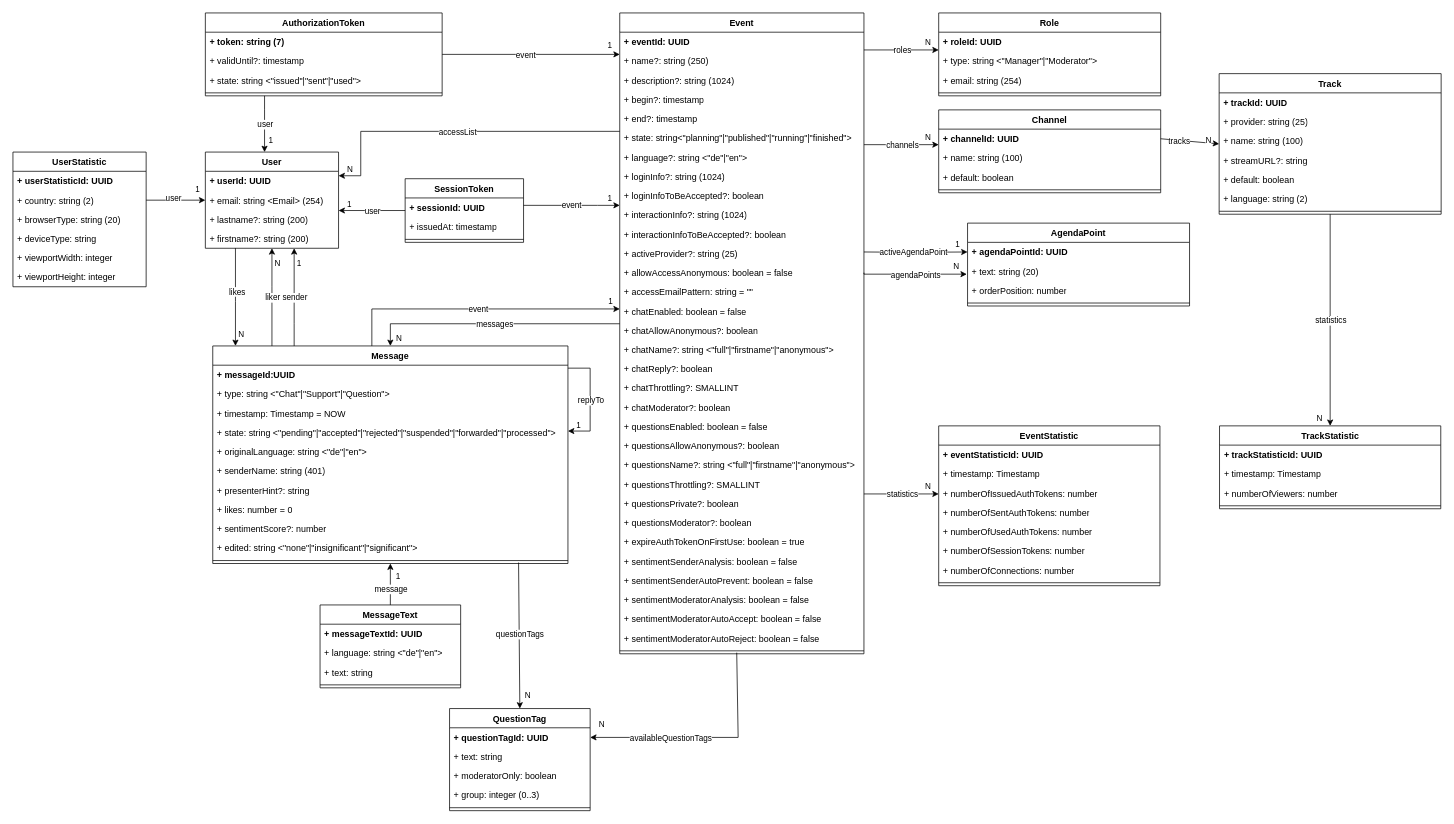
Above: page "Page-1" (1 of 2) of doc/2-specification-datamodel.drawio in rse/broadcast (draw.io), before the change. Source tidied: cells renumbered, new cells numbered last; positions are measured from the earlier drawing's top-left corner, leaving out a move shared by most shapes. Both pictures are drawn from the tidied source at 74%, with x=0, y=0 at pixel (13, 13).
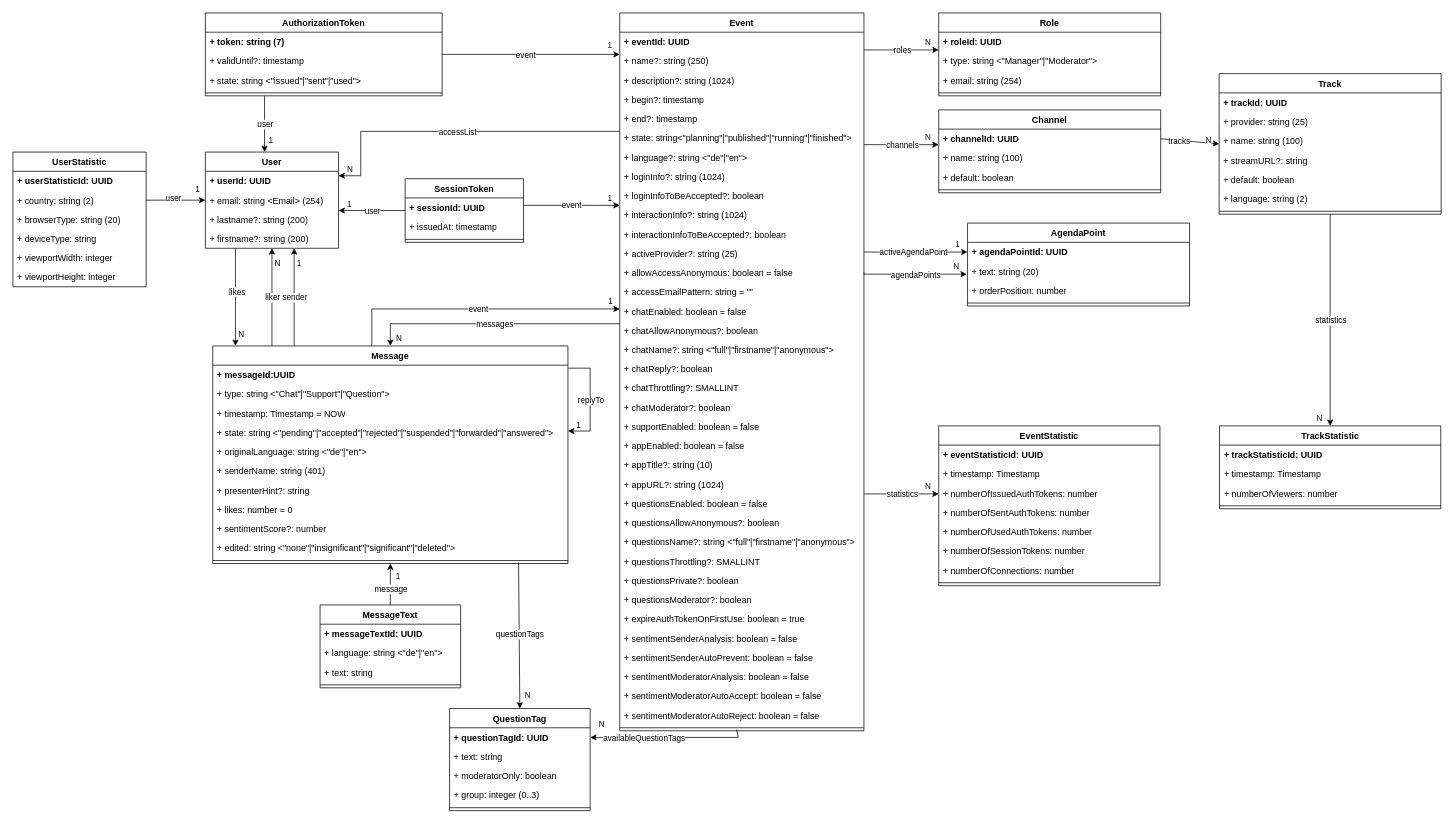
After the change.

The change refers to these unchanged cells:
```xml
<mxCell id="11" value="Message" style="swimlane;fontStyle=1;align=center;verticalAlign=top;horizontal=1;startSize=26;whiteSpace=wrap;html=1;" parent="1" vertex="1">
  <mxGeometry x="270" y="450" width="480" height="294" as="geometry" />
</mxCell>
```

What changed in the source:
```diff
@@
-    <mxCell id="15" value="+ state: string &amp;lt;&quot;pending&quot;|&quot;accepted&quot;|&quot;rejected&quot;|&quot;suspended&quot;|&quot;forwarded&quot;|&quot;processed&quot;&amp;gt;" style="text;strokeColor=none;fillColor=none;align=left;verticalAlign=top;spacingLeft=4;spacingRight=4;overflow=hidden;whiteSpace=wrap;html=1;" parent="11" vertex="1">
+    <mxCell id="15" value="+ state: string &amp;lt;&quot;pending&quot;|&quot;accepted&quot;|&quot;rejected&quot;|&quot;suspended&quot;|&quot;forwarded&quot;|&quot;answered&quot;&amp;gt;" style="text;strokeColor=none;fillColor=none;align=left;verticalAlign=top;spacingLeft=4;spacingRight=4;overflow=hidden;whiteSpace=wrap;html=1;" parent="11" vertex="1">
       <mxGeometry y="104" width="480" height="26" as="geometry" />
     </mxCell>
@@
-    <mxCell id="21" value="+ edited: string &amp;lt;&quot;none&quot;|&quot;insignificant&quot;|&quot;significant&quot;&amp;gt;" style="text;strokeColor=none;fillColor=none;align=left;verticalAlign=top;spacingLeft=4;spacingRight=4;overflow=hidden;whiteSpace=wrap;html=1;" parent="11" vertex="1">
+    <mxCell id="21" value="+ edited: string &amp;lt;&quot;none&quot;|&quot;insignificant&quot;|&quot;significant&quot;|&quot;deleted&quot;&amp;gt;" style="text;strokeColor=none;fillColor=none;align=left;verticalAlign=top;spacingLeft=4;spacingRight=4;overflow=hidden;whiteSpace=wrap;html=1;" parent="11" vertex="1">
       <mxGeometry y="260" width="480" height="26" as="geometry" />
     </mxCell>
@@
     <mxCell id="69" value="Event" style="swimlane;fontStyle=1;align=center;verticalAlign=top;horizontal=1;startSize=26;whiteSpace=wrap;html=1;" parent="1" vertex="1">
-      <mxGeometry x="820" width="330" height="866" as="geometry" />
+      <mxGeometry x="820" width="330" height="970" as="geometry" />
     </mxCell>
@@
-    <mxCell id="90" value="+ questionsEnabled: boolean = false" style="text;strokeColor=none;fillColor=none;align=left;verticalAlign=top;spacingLeft=4;spacingRight=4;overflow=hidden;whiteSpace=wrap;html=1;" parent="69" vertex="1">
+    <mxCell id="90" value="+ supportEnabled: boolean = false" style="text;strokeColor=none;fillColor=none;align=left;verticalAlign=top;spacingLeft=4;spacingRight=4;overflow=hidden;whiteSpace=wrap;html=1;" parent="69" vertex="1">
       <mxGeometry y="546" width="330" height="26" as="geometry" />
     </mxCell>
+    <mxCell id="182" value="+ appEnabled: boolean = false" style="text;strokeColor=none;fillColor=none;align=left;verticalAlign=top;spacingLeft=4;spacingRight=4;overflow=hidden;whiteSpace=wrap;html=1;" parent="69" vertex="1">
+      <mxGeometry y="572" width="330" height="26" as="geometry" />
+    </mxCell>
+    <mxCell id="183" value="+ appTitle?: string (10)" style="text;strokeColor=none;fillColor=none;align=left;verticalAlign=top;spacingLeft=4;spacingRight=4;overflow=hidden;whiteSpace=wrap;html=1;" parent="69" vertex="1">
+      <mxGeometry y="598" width="330" height="26" as="geometry" />
+    </mxCell>
+    <mxCell id="184" value="+ appURL?: string (1024)" style="text;strokeColor=none;fillColor=none;align=left;verticalAlign=top;spacingLeft=4;spacingRight=4;overflow=hidden;whiteSpace=wrap;html=1;" parent="69" vertex="1">
+      <mxGeometry y="624" width="330" height="26" as="geometry" />
+    </mxCell>
+    <mxCell id="185" value="+ questionsEnabled: boolean = false" style="text;strokeColor=none;fillColor=none;align=left;verticalAlign=top;spacingLeft=4;spacingRight=4;overflow=hidden;whiteSpace=wrap;html=1;" parent="69" vertex="1">
+      <mxGeometry y="650" width="330" height="26" as="geometry" />
+    </mxCell>
     <mxCell id="91" value="+ questionsAllowAnonymous?: boolean" style="text;strokeColor=none;fillColor=none;align=left;verticalAlign=top;spacingLeft=4;spacingRight=4;overflow=hidden;whiteSpace=wrap;html=1;" parent="69" vertex="1">
-      <mxGeometry y="572" width="330" height="26" as="geometry" />
+      <mxGeometry y="676" width="330" height="26" as="geometry" />
     </mxCell>
     <mxCell id="92" value="+ questionsName?: string &amp;lt;&quot;full&quot;|&quot;firstname&quot;|&quot;anonymous&quot;&amp;gt;" style="text;strokeColor=none;fillColor=none;align=left;verticalAlign=top;spacingLeft=4;spacingRight=4;overflow=hidden;whiteSpace=wrap;html=1;" parent="69" vertex="1">
-      <mxGeometry y="598" width="330" height="26" as="geometry" />
+      <mxGeometry y="702" width="330" height="26" as="geometry" />
     </mxCell>
     <mxCell id="93" value="+ questionsThrottling?: SMALLINT" style="text;strokeColor=none;fillColor=none;align=left;verticalAlign=top;spacingLeft=4;spacingRight=4;overflow=hidden;whiteSpace=wrap;html=1;" parent="69" vertex="1">
-      <mxGeometry y="624" width="330" height="26" as="geometry" />
+      <mxGeometry y="728" width="330" height="26" as="geometry" />
     </mxCell>
     <mxCell id="94" value="+ questionsPrivate?: boolean" style="text;strokeColor=none;fillColor=none;align=left;verticalAlign=top;spacingLeft=4;spacingRight=4;overflow=hidden;whiteSpace=wrap;html=1;" parent="69" vertex="1">
-      <mxGeometry y="650" width="330" height="26" as="geometry" />
+      <mxGeometry y="754" width="330" height="26" as="geometry" />
     </mxCell>
     <mxCell id="95" value="+ questionsModerator?: boolean" style="text;strokeColor=none;fillColor=none;align=left;verticalAlign=top;spacingLeft=4;spacingRight=4;overflow=hidden;whiteSpace=wrap;html=1;" parent="69" vertex="1">
-      <mxGeometry y="676" width="330" height="26" as="geometry" />
+      <mxGeometry y="780" width="330" height="26" as="geometry" />
     </mxCell>
     <mxCell id="96" value="+ expireAuthTokenOnFirstUse: boolean = true" style="text;strokeColor=none;fillColor=none;align=left;verticalAlign=top;spacingLeft=4;spacingRight=4;overflow=hidden;whiteSpace=wrap;html=1;" parent="69" vertex="1">
-      <mxGeometry y="702" width="330" height="26" as="geometry" />
+      <mxGeometry y="806" width="330" height="26" as="geometry" />
     </mxCell>
     <mxCell id="97" value="+ sentimentSenderAnalysis: boolean = false" style="text;strokeColor=none;fillColor=none;align=left;verticalAlign=top;spacingLeft=4;spacingRight=4;overflow=hidden;whiteSpace=wrap;html=1;" parent="69" vertex="1">
-      <mxGeometry y="728" width="330" height="26" as="geometry" />
+      <mxGeometry y="832" width="330" height="26" as="geometry" />
     </mxCell>
     <mxCell id="98" value="+ sentimentSenderAutoPrevent: boolean = false" style="text;strokeColor=none;fillColor=none;align=left;verticalAlign=top;spacingLeft=4;spacingRight=4;overflow=hidden;whiteSpace=wrap;html=1;" parent="69" vertex="1">
-      <mxGeometry y="754" width="330" height="26" as="geometry" />
+      <mxGeometry y="858" width="330" height="26" as="geometry" />
     </mxCell>
     <mxCell id="99" value="+ sentimentModeratorAnalysis: boolean = false" style="text;strokeColor=none;fillColor=none;align=left;verticalAlign=top;spacingLeft=4;spacingRight=4;overflow=hidden;whiteSpace=wrap;html=1;" parent="69" vertex="1">
-      <mxGeometry y="780" width="330" height="26" as="geometry" />
+      <mxGeometry y="884" width="330" height="26" as="geometry" />
     </mxCell>
     <mxCell id="100" value="+ sentimentModeratorAutoAccept: boolean = false" style="text;strokeColor=none;fillColor=none;align=left;verticalAlign=top;spacingLeft=4;spacingRight=4;overflow=hidden;whiteSpace=wrap;html=1;" parent="69" vertex="1">
-      <mxGeometry y="806" width="330" height="26" as="geometry" />
+      <mxGeometry y="910" width="330" height="26" as="geometry" />
     </mxCell>
     <mxCell id="101" value="+ sentimentModeratorAutoReject: boolean = false" style="text;strokeColor=none;fillColor=none;align=left;verticalAlign=top;spacingLeft=4;spacingRight=4;overflow=hidden;whiteSpace=wrap;html=1;" parent="69" vertex="1">
-      <mxGeometry y="832" width="330" height="26" as="geometry" />
+      <mxGeometry y="936" width="330" height="26" as="geometry" />
     </mxCell>
     <mxCell id="102" style="line;strokeWidth=1;fillColor=none;align=left;verticalAlign=middle;spacingTop=-1;spacingLeft=3;spacingRight=3;labelPosition=right;points=[];portConstraint=eastwest;strokeColor=inherit;" parent="69" vertex="1">
-      <mxGeometry y="858" width="330" height="8" as="geometry" />
+      <mxGeometry y="962" width="330" height="8" as="geometry" />
     </mxCell>
```
